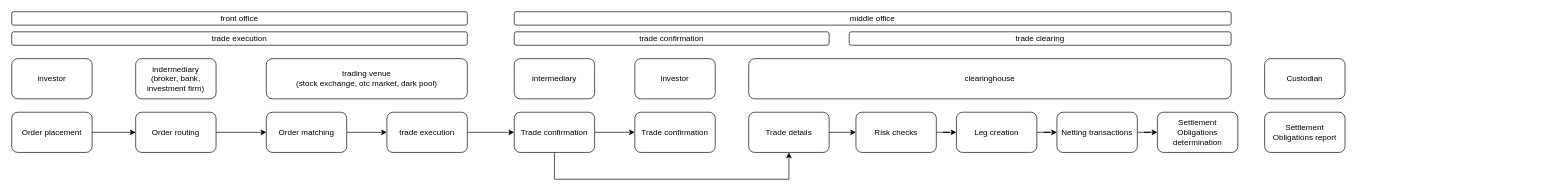
Before: page "Page-2" (3 of 5) of financial-market.drawio in GabrielSlima/financial-market, a draw.io diagram. Source tidied: cells renumbered, new cells numbered last; positions are measured from the earlier drawing's top-left corner, leaving out a move shared by most shapes. Both pictures are drawn from the tidied source at 67%, with x=0, y=0 at pixel (11, 11).
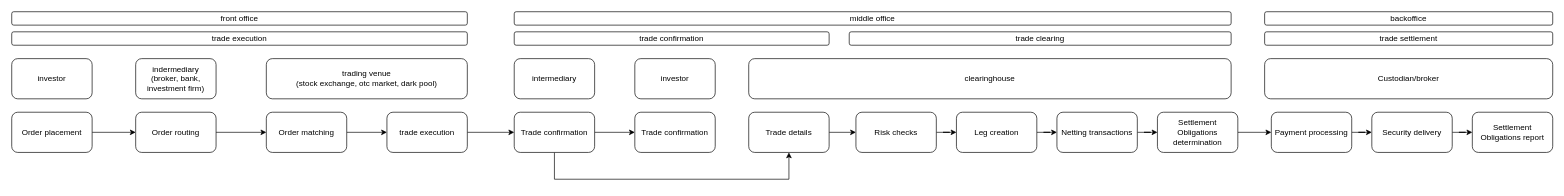
The same diagram, later.

Commit message (it also covers changes not shown here):
Add trade workflows for regulated and otc markets

The change refers to these unchanged cells:
```xml
<mxCell id="33" value="Settlement Obligations determination" style="rounded=1;whiteSpace=wrap;html=1;" parent="1" vertex="1">
  <mxGeometry x="1710" y="150" width="120" height="60" as="geometry" />
</mxCell>
```

What changed in the source:
```diff
@@
+    <mxCell id="36" style="edgeStyle=orthogonalEdgeStyle;rounded=0;jettySize=auto;html=1;" parent="1" edge="1" source="33" target="40">
+      <mxGeometry relative="1" as="geometry" />
+    </mxCell>
@@
     <mxCell id="34" value="Settlement Obligations report" style="rounded=1;whiteSpace=wrap;html=1;" parent="1" vertex="1">
-      <mxGeometry x="1870" y="150" width="120" height="60" as="geometry" />
+      <mxGeometry x="2180" y="150" width="120" height="60" as="geometry" />
     </mxCell>
-    <mxCell id="35" value="Custodian" style="rounded=1;whiteSpace=wrap;html=1;" parent="1" vertex="1">
-      <mxGeometry x="1870" y="70" width="120" height="60" as="geometry" />
+    <mxCell id="35" value="Custodian/broker" style="rounded=1;whiteSpace=wrap;html=1;" parent="1" vertex="1">
+      <mxGeometry x="1870" y="70" width="430" height="60" as="geometry" />
     </mxCell>
+    <mxCell id="37" value="backoffice" style="rounded=1;whiteSpace=wrap;html=1;" parent="1" vertex="1">
+      <mxGeometry x="1870" width="430" height="20" as="geometry" />
+    </mxCell>
+    <mxCell id="38" value="trade settlement" style="rounded=1;whiteSpace=wrap;html=1;" parent="1" vertex="1">
+      <mxGeometry x="1870" y="30" width="430" height="20" as="geometry" />
+    </mxCell>
+    <mxCell id="39" style="edgeStyle=orthogonalEdgeStyle;rounded=0;jettySize=auto;html=1;" parent="1" edge="1" source="40" target="42">
+      <mxGeometry relative="1" as="geometry" />
+    </mxCell>
+    <mxCell id="40" value="Payment processing" style="rounded=1;whiteSpace=wrap;html=1;" parent="1" vertex="1">
+      <mxGeometry x="1880" y="150" width="120" height="60" as="geometry" />
+    </mxCell>
+    <mxCell id="41" style="edgeStyle=orthogonalEdgeStyle;rounded=0;jettySize=auto;html=1;" parent="1" edge="1" source="42" target="34">
+      <mxGeometry relative="1" as="geometry" />
+    </mxCell>
+    <mxCell id="42" value="Security delivery" style="rounded=1;whiteSpace=wrap;html=1;" parent="1" vertex="1">
+      <mxGeometry x="2030" y="150" width="120" height="60" as="geometry" />
+    </mxCell>
```
